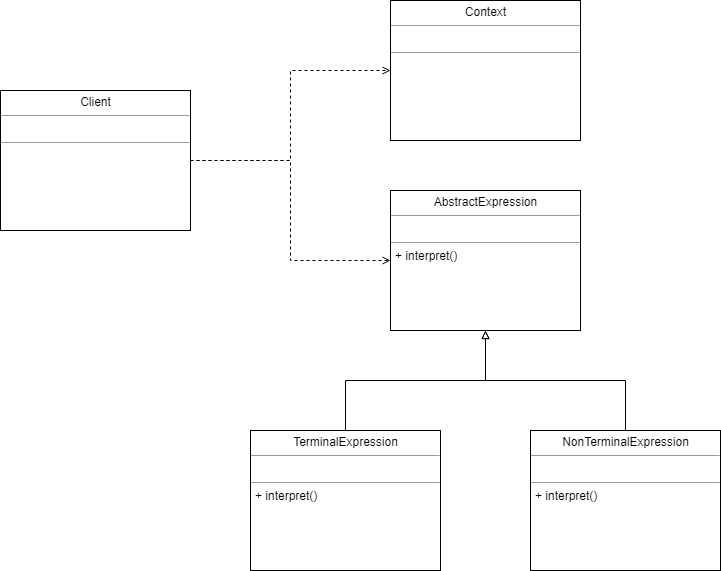
Above: interpreter-pattern/interpreter-pattern.png in kan01234/design-patterns (draw.io), before the change. Source tidied: cells renumbered, new cells last; positions are measured from the earlier drawing's top-left corner, leaving out a move shared by most shapes. The source it was exported from:
```xml
<mxGraphModel>
  <root>
    <mxCell id="0" />
    <mxCell id="1" parent="0" />
    <mxCell id="2" value="&lt;p style=&quot;margin: 0px ; margin-top: 4px ; text-align: center&quot;&gt;Context&lt;/p&gt;&lt;hr size=&quot;1&quot;&gt;&lt;p style=&quot;margin: 0px ; margin-left: 4px&quot;&gt;&lt;br&gt;&lt;/p&gt;&lt;hr size=&quot;1&quot;&gt;&lt;p style=&quot;margin: 0px ; margin-left: 4px&quot;&gt;&lt;br&gt;&lt;/p&gt;" style="verticalAlign=top;align=left;overflow=fill;fontSize=12;fontFamily=Helvetica;html=1;" parent="1" vertex="1">
      <mxGeometry x="390" width="190" height="140" as="geometry" />
    </mxCell>
    <mxCell id="3" value="&lt;p style=&quot;margin: 0px ; margin-top: 4px ; text-align: center&quot;&gt;AbstractExpression&lt;/p&gt;&lt;hr size=&quot;1&quot;&gt;&lt;p style=&quot;margin: 0px ; margin-left: 4px&quot;&gt;&lt;br&gt;&lt;/p&gt;&lt;hr size=&quot;1&quot;&gt;&lt;p style=&quot;margin: 0px ; margin-left: 4px&quot;&gt;+ interpret()&lt;/p&gt;" style="verticalAlign=top;align=left;overflow=fill;fontSize=12;fontFamily=Helvetica;html=1;" parent="1" vertex="1">
      <mxGeometry x="390" y="190" width="190" height="140" as="geometry" />
    </mxCell>
    <mxCell id="4" style="edgeStyle=orthogonalEdgeStyle;rounded=0;jettySize=auto;html=1;exitX=0.5;exitY=0;exitDx=0;exitDy=0;entryX=0.5;entryY=1;entryDx=0;entryDy=0;endArrow=block;endFill=0;" parent="1" edge="1" source="5" target="3">
      <mxGeometry relative="1" as="geometry" />
    </mxCell>
    <mxCell id="5" value="&lt;p style=&quot;margin: 0px ; margin-top: 4px ; text-align: center&quot;&gt;TerminalExpression&lt;/p&gt;&lt;hr size=&quot;1&quot;&gt;&lt;p style=&quot;margin: 0px ; margin-left: 4px&quot;&gt;&lt;br&gt;&lt;/p&gt;&lt;hr size=&quot;1&quot;&gt;&lt;p style=&quot;margin: 0px ; margin-left: 4px&quot;&gt;+ interpret()&lt;/p&gt;" style="verticalAlign=top;align=left;overflow=fill;fontSize=12;fontFamily=Helvetica;html=1;" parent="1" vertex="1">
      <mxGeometry x="250" y="430" width="190" height="140" as="geometry" />
    </mxCell>
    <mxCell id="6" style="edgeStyle=orthogonalEdgeStyle;rounded=0;jettySize=auto;html=1;exitX=0.5;exitY=0;exitDx=0;exitDy=0;entryX=0.5;entryY=1;entryDx=0;entryDy=0;endArrow=block;endFill=0;" parent="1" edge="1" source="7" target="3">
      <mxGeometry relative="1" as="geometry" />
    </mxCell>
    <mxCell id="7" value="&lt;p style=&quot;margin: 0px ; margin-top: 4px ; text-align: center&quot;&gt;NonTerminalExpression&lt;/p&gt;&lt;hr size=&quot;1&quot;&gt;&lt;p style=&quot;margin: 0px ; margin-left: 4px&quot;&gt;&lt;br&gt;&lt;/p&gt;&lt;hr size=&quot;1&quot;&gt;&lt;p style=&quot;margin: 0px ; margin-left: 4px&quot;&gt;+ interpret()&lt;/p&gt;" style="verticalAlign=top;align=left;overflow=fill;fontSize=12;fontFamily=Helvetica;html=1;" parent="1" vertex="1">
      <mxGeometry x="530" y="430" width="190" height="140" as="geometry" />
    </mxCell>
    <mxCell id="8" style="edgeStyle=orthogonalEdgeStyle;rounded=0;jettySize=auto;html=1;exitX=1;exitY=0.5;exitDx=0;exitDy=0;entryX=0;entryY=0.5;entryDx=0;entryDy=0;endArrow=open;endFill=0;dashed=1;" parent="1" edge="1" source="10" target="2">
      <mxGeometry relative="1" as="geometry" />
    </mxCell>
    <mxCell id="9" style="edgeStyle=orthogonalEdgeStyle;rounded=0;jettySize=auto;html=1;exitX=1;exitY=0.5;exitDx=0;exitDy=0;entryX=0;entryY=0.5;entryDx=0;entryDy=0;dashed=1;endArrow=open;endFill=0;" parent="1" edge="1" source="10" target="3">
      <mxGeometry relative="1" as="geometry" />
    </mxCell>
    <mxCell id="10" value="&lt;p style=&quot;margin: 0px ; margin-top: 4px ; text-align: center&quot;&gt;Client&lt;/p&gt;&lt;hr size=&quot;1&quot;&gt;&lt;p style=&quot;margin: 0px ; margin-left: 4px&quot;&gt;&lt;br&gt;&lt;/p&gt;&lt;hr size=&quot;1&quot;&gt;&lt;p style=&quot;margin: 0px ; margin-left: 4px&quot;&gt;&lt;br&gt;&lt;/p&gt;" style="verticalAlign=top;align=left;overflow=fill;fontSize=12;fontFamily=Helvetica;html=1;" parent="1" vertex="1">
      <mxGeometry y="90" width="190" height="140" as="geometry" />
    </mxCell>
  </root>
</mxGraphModel>
```
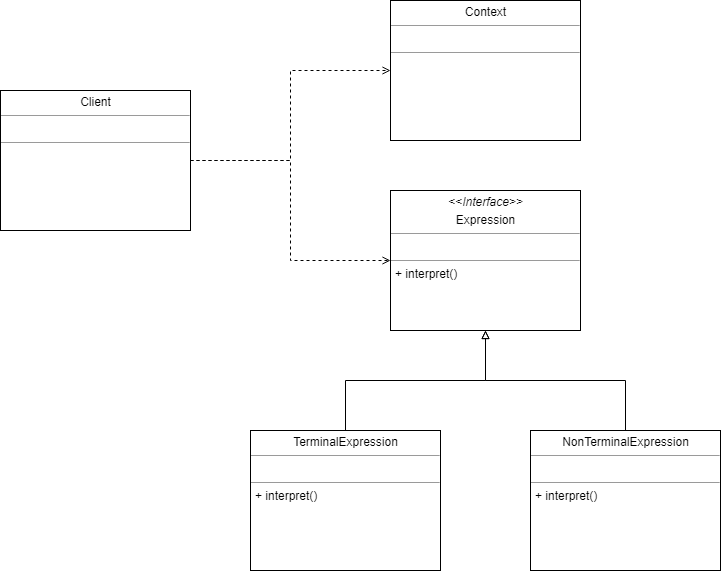
After the change.

The edit, as a diff of the source:
```diff
@@ -5,7 +5,7 @@
     <mxCell id="2" value="&lt;p style=&quot;margin: 0px ; margin-top: 4px ; text-align: center&quot;&gt;Context&lt;/p&gt;&lt;hr size=&quot;1&quot;&gt;&lt;p style=&quot;margin: 0px ; margin-left: 4px&quot;&gt;&lt;br&gt;&lt;/p&gt;&lt;hr size=&quot;1&quot;&gt;&lt;p style=&quot;margin: 0px ; margin-left: 4px&quot;&gt;&lt;br&gt;&lt;/p&gt;" style="verticalAlign=top;align=left;overflow=fill;fontSize=12;fontFamily=Helvetica;html=1;" parent="1" vertex="1">
       <mxGeometry x="390" width="190" height="140" as="geometry" />
     </mxCell>
-    <mxCell id="3" value="&lt;p style=&quot;margin: 0px ; margin-top: 4px ; text-align: center&quot;&gt;AbstractExpression&lt;/p&gt;&lt;hr size=&quot;1&quot;&gt;&lt;p style=&quot;margin: 0px ; margin-left: 4px&quot;&gt;&lt;br&gt;&lt;/p&gt;&lt;hr size=&quot;1&quot;&gt;&lt;p style=&quot;margin: 0px ; margin-left: 4px&quot;&gt;+ interpret()&lt;/p&gt;" style="verticalAlign=top;align=left;overflow=fill;fontSize=12;fontFamily=Helvetica;html=1;" parent="1" vertex="1">
+    <mxCell id="3" value="&lt;p style=&quot;margin: 0px ; margin-top: 4px ; text-align: center&quot;&gt;&amp;lt;&amp;lt;&lt;i&gt;Interface&amp;gt;&amp;gt;&lt;/i&gt;&lt;/p&gt;&lt;p style=&quot;margin: 0px ; margin-top: 4px ; text-align: center&quot;&gt;Expression&lt;/p&gt;&lt;hr size=&quot;1&quot;&gt;&lt;p style=&quot;margin: 0px ; margin-left: 4px&quot;&gt;&lt;br&gt;&lt;/p&gt;&lt;hr size=&quot;1&quot;&gt;&lt;p style=&quot;margin: 0px ; margin-left: 4px&quot;&gt;+ interpret()&lt;/p&gt;" style="verticalAlign=top;align=left;overflow=fill;fontSize=12;fontFamily=Helvetica;html=1;" parent="1" vertex="1">
       <mxGeometry x="390" y="190" width="190" height="140" as="geometry" />
     </mxCell>
     <mxCell id="4" style="edgeStyle=orthogonalEdgeStyle;rounded=0;jettySize=auto;html=1;exitX=0.5;exitY=0;exitDx=0;exitDy=0;entryX=0.5;entryY=1;entryDx=0;entryDy=0;endArrow=block;endFill=0;" parent="1" edge="1" source="5" target="3">
```
